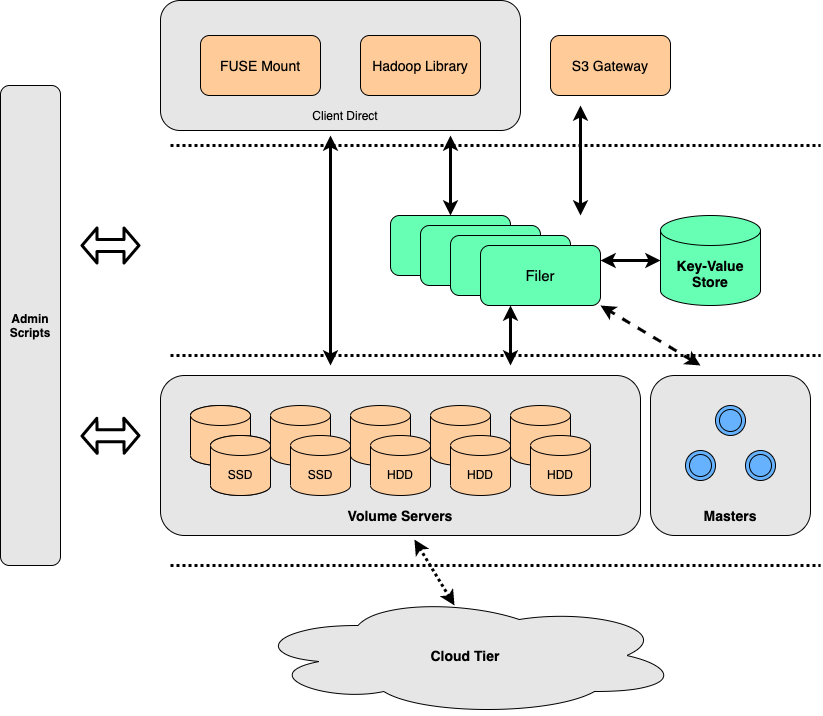
Earlier version of the draw.io export note/SeaweedFS_Architecture.png (seaweedfs/seaweedfs). Source tidied: cells renumbered, new cells last; positions are measured from the earlier drawing's top-left corner, leaving out a move shared by most shapes.
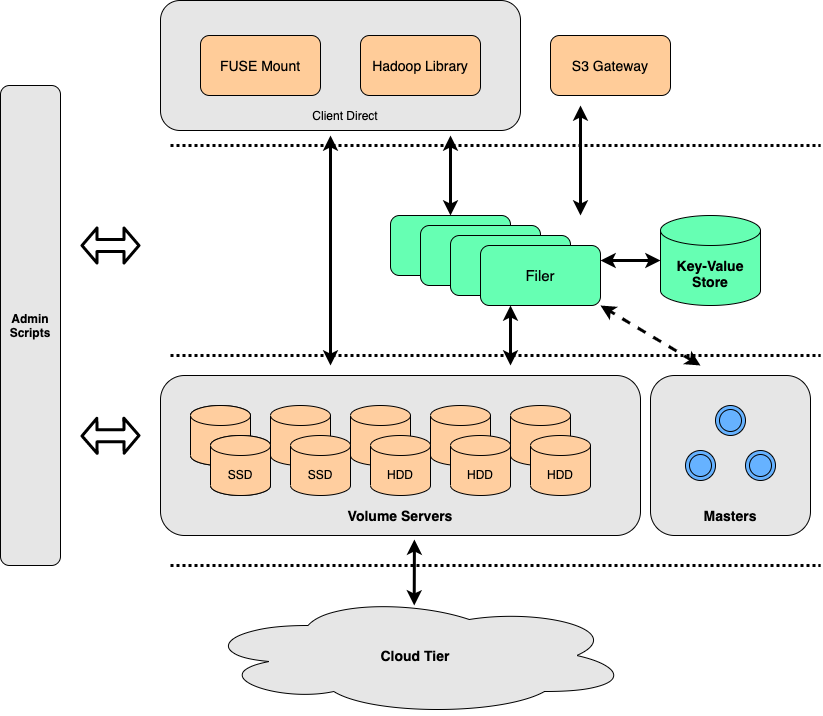
After the change.

Diff of the diagram source:
```diff
@@ -147,12 +147,10 @@
       </mxGeometry>
     </mxCell>
     <mxCell id="43" value="&lt;font style=&quot;font-size: 14px&quot;&gt;&lt;b&gt;Cloud Tier&lt;/b&gt;&lt;/font&gt;" style="ellipse;shape=cloud;whiteSpace=wrap;html=1;fillColor=#E6E6E6;" parent="1" vertex="1">
-      <mxGeometry x="250" y="595" width="430" height="120" as="geometry" />
+      <mxGeometry x="200" y="595" width="430" height="120" as="geometry" />
     </mxCell>
-    <mxCell id="44" style="endArrow=classic;startArrow=classic;html=1;dashed=1;dashPattern=1 1;strokeWidth=3;entryX=0.529;entryY=1.025;entryDx=0;entryDy=0;entryPerimeter=0;" parent="1" edge="1" target="4">
-      <mxGeometry relative="1" as="geometry">
-        <mxPoint x="454" y="605" as="sourcePoint" />
-      </mxGeometry>
+    <mxCell id="44" style="endArrow=classic;startArrow=classic;html=1;strokeWidth=3;entryX=0.529;entryY=1.025;entryDx=0;entryDy=0;entryPerimeter=0;exitX=0.497;exitY=0.083;exitDx=0;exitDy=0;exitPerimeter=0;" parent="1" edge="1" source="43" target="4">
+      <mxGeometry relative="1" as="geometry" />
     </mxCell>
     <mxCell id="45" value="&lt;font size=&quot;1&quot;&gt;&lt;b style=&quot;font-size: 12px&quot;&gt;Admin Scripts&lt;/b&gt;&lt;/font&gt;" style="rounded=1;whiteSpace=wrap;html=1;fillColor=#E6E6E6;" parent="1" vertex="1">
       <mxGeometry y="85" width="60" height="480" as="geometry" />
```
